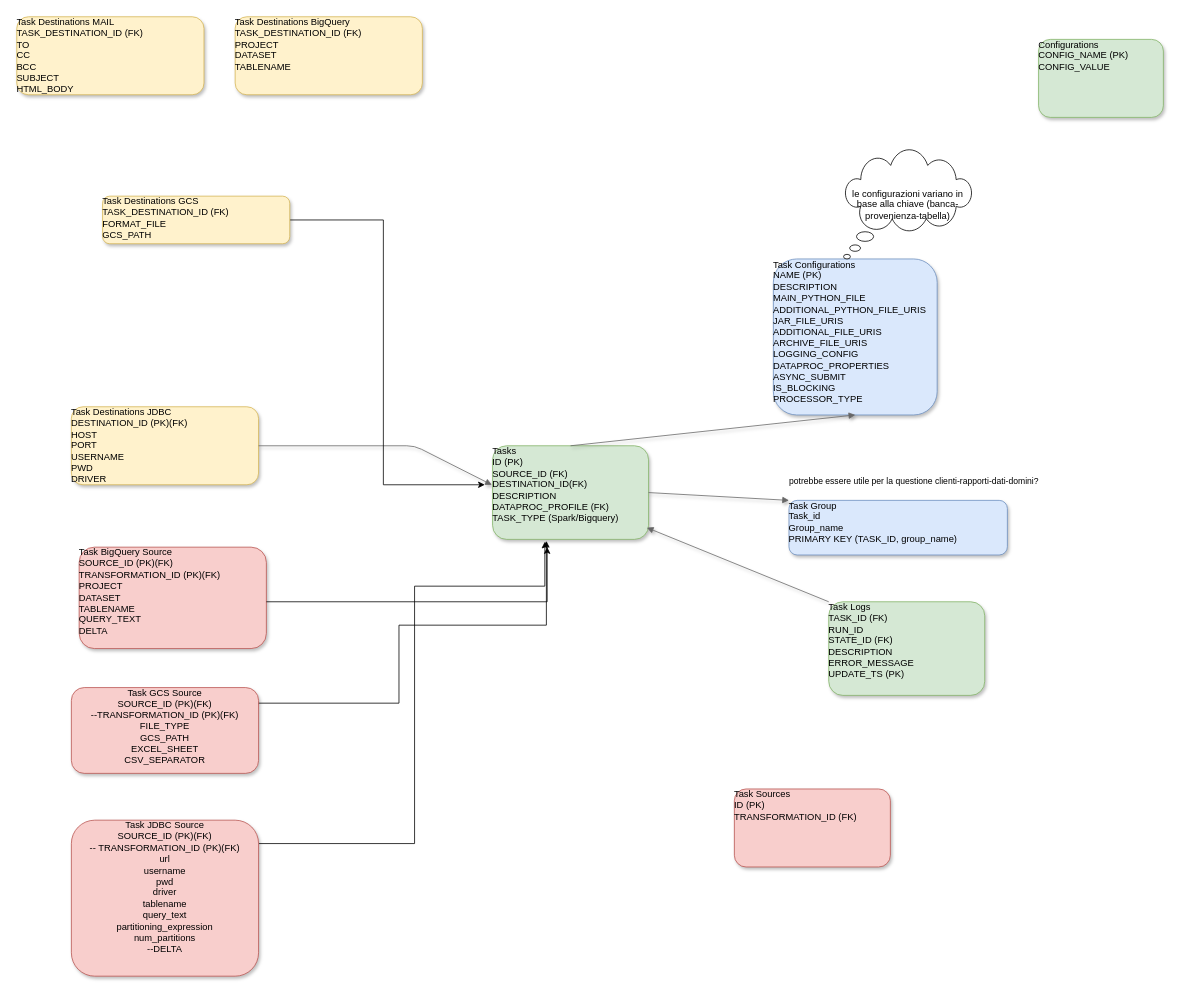
This is ER_Diagram.drawio from arrigonimatteo81/ingestion_project, a draw.io file, before an edit. Source tidied: cells renumbered, new cells numbered last; positions are measured from the earlier drawing's top-left corner, leaving out a move shared by most shapes. Both pictures are drawn from the tidied source at 78%, with x=0, y=0 at pixel (16, 16).
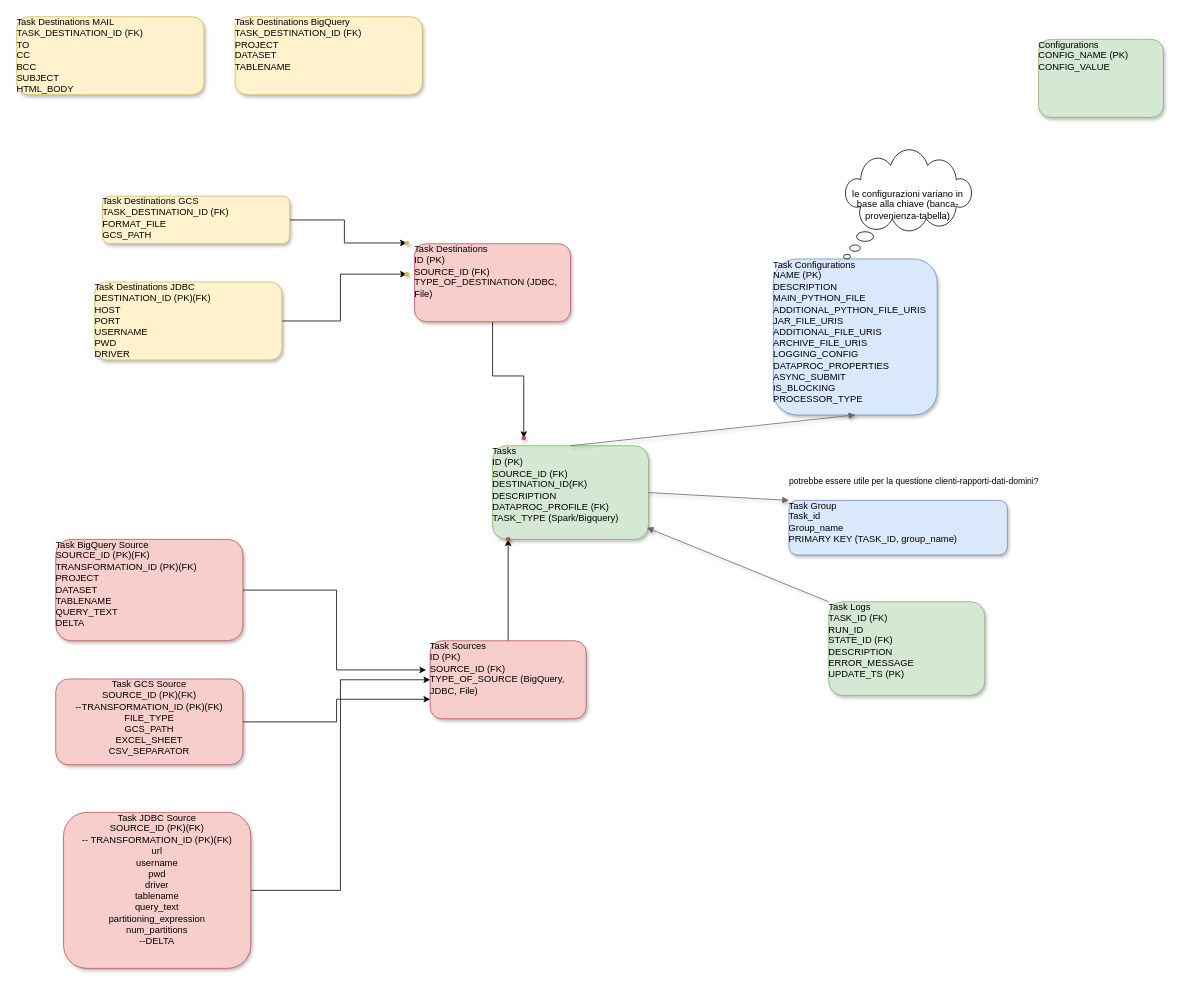
After the change.

Commit message:
modifica al diagramma ER

Unchanged cells that the change refers to:
```xml
<mxCell id="4" value="Tasks&lt;br&gt;ID (PK)&lt;div&gt;SOURCE_ID (FK)&lt;/div&gt;&lt;div&gt;DESTINATION_ID(FK)&lt;br&gt;DESCRIPTION&lt;br&gt;DATAPROC_PROFILE (FK)&lt;br&gt;TASK_TYPE (Spark/Bigquery)&lt;/div&gt;" style="rounded=1;whiteSpace=wrap;html=1;verticalAlign=top;align=left;overflow=fill;shadow=1;fillColor=#d5e8d4;strokeColor=#82b366;" parent="1" vertex="1">
  <mxGeometry x="610" y="550" width="200" height="120" as="geometry" />
</mxCell>
<mxCell id="21" value="Task Destinations GCS&lt;br&gt;TASK_DESTINATION_ID (FK)&lt;br&gt;FORMAT_FILE&lt;br&gt;GCS_PATH&lt;div&gt;&lt;br/&gt;&lt;/div&gt;" style="rounded=1;whiteSpace=wrap;html=1;verticalAlign=top;align=left;overflow=fill;shadow=1;fillColor=#fff2cc;strokeColor=#d6b656;" parent="1" vertex="1">
  <mxGeometry x="110" y="230" width="240" height="61" as="geometry" />
</mxCell>
```

What changed in the source:
```diff
@@
+    <mxCell id="25" style="edgeStyle=orthogonalEdgeStyle;rounded=0;jettySize=auto;html=1;" parent="1" edge="1" source="6" target="31">
+      <mxGeometry relative="1" as="geometry" />
+    </mxCell>
-    <mxCell id="6" value="Task Sources&lt;br&gt;ID (PK)&lt;br&gt;TRANSFORMATION_ID (FK)" style="rounded=1;whiteSpace=wrap;html=1;verticalAlign=top;align=left;overflow=fill;shadow=1;fillColor=#f8cecc;strokeColor=#b85450;" parent="1" vertex="1">
-      <mxGeometry x="920" y="990" width="200" height="100" as="geometry" />
+    <mxCell id="6" value="Task Sources&lt;br&gt;ID (PK)&lt;br&gt;SOURCE_ID (FK)&lt;div&gt;TYPE_OF_SOURCE (BigQuery, JDBC, File)&lt;/div&gt;" style="rounded=1;whiteSpace=wrap;html=1;verticalAlign=top;align=left;overflow=fill;shadow=1;fillColor=#f8cecc;strokeColor=#b85450;" parent="1" vertex="1">
+      <mxGeometry x="530" y="800" width="200" height="100" as="geometry" />
     </mxCell>
-    <mxCell id="7" style="edgeStyle=orthogonalEdgeStyle;rounded=0;jettySize=auto;html=1;entryX=0.335;entryY=1.025;entryDx=0;entryDy=0;entryPerimeter=0;" parent="1" edge="1" source="8" target="4">
-      <mxGeometry relative="1" as="geometry">
-        <Array as="points">
-          <mxPoint x="510" y="1060" />
-          <mxPoint x="510" y="730" />
-          <mxPoint x="677" y="730" />
-        </Array>
-      </mxGeometry>
-    </mxCell>
+    <mxCell id="26" style="edgeStyle=orthogonalEdgeStyle;rounded=0;jettySize=auto;html=1;entryX=0;entryY=0.5;entryDx=0;entryDy=0;" parent="1" edge="1" source="8" target="6">
+      <mxGeometry relative="1" as="geometry" />
+    </mxCell>
     <mxCell id="8" value="Task JDBC Source&lt;br&gt;SOURCE_ID (PK)(FK)&lt;div&gt;-- TRANSFORMATION_ID (PK)(FK)&lt;br&gt;&lt;div&gt;url&lt;/div&gt;&lt;div&gt;username&lt;/div&gt;&lt;div&gt;pwd&lt;/div&gt;&lt;div&gt;driver&lt;/div&gt;&lt;div&gt;tablename&lt;/div&gt;&lt;div&gt;query_text&lt;/div&gt;&lt;div&gt;partitioning_expression&lt;/div&gt;&lt;div&gt;num_partitions&lt;/div&gt;&lt;div&gt;--DELTA&lt;br&gt;&lt;div&gt;&lt;br&gt;&lt;/div&gt;&lt;/div&gt;&lt;/div&gt;" style="rounded=1;whiteSpace=wrap;html=1;verticalAlign=top;align=center;overflow=fill;shadow=1;fillColor=#f8cecc;strokeColor=#b85450;" parent="1" vertex="1">
-      <mxGeometry x="70" y="1030" width="240" height="200" as="geometry" />
+      <mxGeometry x="60" y="1020" width="240" height="200" as="geometry" />
     </mxCell>
     <mxCell id="9" value="Task BigQuery Source&lt;br&gt;SOURCE_ID (PK)(FK)&lt;div&gt;TRANSFORMATION_ID (PK)(FK)&lt;br&gt;PROJECT&lt;br&gt;DATASET&lt;br&gt;TABLENAME&lt;/div&gt;&lt;div&gt;QUERY_TEXT&lt;/div&gt;&lt;div&gt;DELTA&lt;/div&gt;" style="rounded=1;whiteSpace=wrap;html=1;verticalAlign=top;align=left;overflow=fill;shadow=1;fillColor=#f8cecc;strokeColor=#b85450;" parent="1" vertex="1">
-      <mxGeometry x="80" y="680" width="240" height="130" as="geometry" />
+      <mxGeometry x="50" y="670" width="240" height="130" as="geometry" />
     </mxCell>
+    <mxCell id="27" style="edgeStyle=orthogonalEdgeStyle;rounded=0;jettySize=auto;html=1;" parent="1" edge="1" source="10" target="35">
+      <mxGeometry relative="1" as="geometry" />
+    </mxCell>
     <mxCell id="10" value="Task Destinations JDBC&lt;br&gt;DESTINATION_ID (PK)(FK)&lt;br&gt;HOST&lt;br&gt;PORT&lt;br&gt;USERNAME&lt;br&gt;PWD&lt;br&gt;DRIVER" style="rounded=1;whiteSpace=wrap;html=1;verticalAlign=top;align=left;overflow=fill;shadow=1;fillColor=#fff2cc;strokeColor=#d6b656;" parent="1" vertex="1">
-      <mxGeometry x="70" y="500" width="240" height="100" as="geometry" />
+      <mxGeometry x="100" y="340" width="240" height="100" as="geometry" />
     </mxCell>
@@
-    <mxCell id="14" style="endArrow=block;endFill=1;noEdgeStyle=1;shadow=1;fillColor=#f5f5f5;strokeColor=#666666;entryX=-0.005;entryY=0.417;entryDx=0;entryDy=0;entryPerimeter=0;" parent="1" edge="1" source="10" target="4">
-      <mxGeometry relative="1" as="geometry">
-        <Array as="points">
-          <mxPoint x="510" y="550" />
-        </Array>
-      </mxGeometry>
-    </mxCell>
@@
-    <mxCell id="18" style="edgeStyle=orthogonalEdgeStyle;rounded=0;jettySize=auto;html=1;exitX=0.996;exitY=0.2;exitDx=0;exitDy=0;exitPerimeter=0;entryX=0.345;entryY=1.017;entryDx=0;entryDy=0;entryPerimeter=0;" parent="1" edge="1" source="19" target="4">
-      <mxGeometry relative="1" as="geometry">
-        <Array as="points">
-          <mxPoint x="309" y="880" />
-          <mxPoint x="490" y="880" />
-          <mxPoint x="490" y="780" />
-          <mxPoint x="679" y="780" />
-        </Array>
-      </mxGeometry>
-    </mxCell>
+    <mxCell id="28" style="edgeStyle=orthogonalEdgeStyle;rounded=0;jettySize=auto;html=1;entryX=0;entryY=0.75;entryDx=0;entryDy=0;" parent="1" edge="1" source="19" target="6">
+      <mxGeometry relative="1" as="geometry" />
+    </mxCell>
     <mxCell id="19" value="Task GCS Source&lt;br&gt;SOURCE_ID (PK)(FK)&lt;div&gt;--TRANSFORMATION_ID (PK)(FK)&lt;br&gt;FILE_TYPE&lt;br&gt;GCS_PATH&lt;br&gt;EXCEL_SHEET&lt;/div&gt;&lt;div&gt;CSV_SEPARATOR&lt;/div&gt;" style="rounded=1;whiteSpace=wrap;html=1;verticalAlign=top;align=center;overflow=fill;shadow=1;fillColor=#f8cecc;strokeColor=#b85450;" parent="1" vertex="1">
-      <mxGeometry x="70" y="860" width="240" height="110" as="geometry" />
+      <mxGeometry x="50" y="849" width="240" height="110" as="geometry" />
     </mxCell>
-    <mxCell id="20" style="edgeStyle=orthogonalEdgeStyle;rounded=0;jettySize=auto;html=1;" parent="1" edge="1" source="21">
-      <mxGeometry relative="1" as="geometry">
-        <mxPoint x="600" y="600" as="targetPoint" />
-        <Array as="points">
-          <mxPoint x="470" y="261" />
-          <mxPoint x="470" y="600" />
-        </Array>
-      </mxGeometry>
-    </mxCell>
+    <mxCell id="29" style="edgeStyle=orthogonalEdgeStyle;rounded=0;jettySize=auto;html=1;" parent="1" edge="1" source="21" target="34">
+      <mxGeometry relative="1" as="geometry" />
+    </mxCell>
@@
-    <mxCell id="24" style="edgeStyle=orthogonalEdgeStyle;rounded=0;jettySize=auto;html=1;" parent="1" edge="1" source="9">
-      <mxGeometry relative="1" as="geometry">
-        <mxPoint x="680" y="680" as="targetPoint" />
-        <Array as="points">
-          <mxPoint x="680" y="750" />
-        </Array>
-      </mxGeometry>
-    </mxCell>
+    <mxCell id="30" style="edgeStyle=orthogonalEdgeStyle;rounded=0;jettySize=auto;html=1;entryX=-0.026;entryY=0.374;entryDx=0;entryDy=0;entryPerimeter=0;" parent="1" edge="1" source="9" target="6">
+      <mxGeometry relative="1" as="geometry" />
+    </mxCell>
+    <mxCell id="31" style="shape=waypoint;sketch=0;size=6;points=[];fillColor=#f8cecc;perimeter=centerPerimeter;snapToPoint=1;align=left;verticalAlign=top;strokeColor=#b85450;rounded=1;shadow=1;" parent="1" vertex="1">
+      <mxGeometry x="620" y="660" width="20" height="20" as="geometry" />
+    </mxCell>
+    <mxCell id="32" style="edgeStyle=orthogonalEdgeStyle;rounded=0;jettySize=auto;html=1;" parent="1" edge="1" source="33" target="36">
+      <mxGeometry relative="1" as="geometry" />
+    </mxCell>
+    <mxCell id="33" value="Task Destinations&lt;br&gt;ID (PK)&lt;br&gt;SOURCE_ID (FK)&lt;div&gt;TYPE_OF_DESTINATION (JDBC, File)&lt;/div&gt;" style="rounded=1;whiteSpace=wrap;html=1;verticalAlign=top;align=left;overflow=fill;shadow=1;fillColor=#f8cecc;strokeColor=#b85450;" parent="1" vertex="1">
+      <mxGeometry x="510" y="291" width="200" height="100" as="geometry" />
+    </mxCell>
+    <mxCell id="34" style="shape=waypoint;sketch=0;size=6;points=[];fillColor=#fff2cc;perimeter=centerPerimeter;snapToPoint=1;align=left;verticalAlign=top;strokeColor=#d6b656;rounded=1;shadow=1;" parent="1" vertex="1">
+      <mxGeometry x="490" y="280" width="20" height="20" as="geometry" />
+    </mxCell>
+    <mxCell id="35" style="shape=waypoint;sketch=0;size=6;points=[];fillColor=#fff2cc;perimeter=centerPerimeter;snapToPoint=1;align=left;verticalAlign=top;strokeColor=#d6b656;rounded=1;shadow=1;" parent="1" vertex="1">
+      <mxGeometry x="490" y="320" width="20" height="20" as="geometry" />
+    </mxCell>
+    <mxCell id="36" style="shape=waypoint;sketch=0;size=6;points=[];fillColor=#f8cecc;perimeter=centerPerimeter;snapToPoint=1;align=left;verticalAlign=top;strokeColor=#b85450;rounded=1;shadow=1;" parent="1" vertex="1">
+      <mxGeometry x="640" y="530" width="20" height="20" as="geometry" />
+    </mxCell>
```
